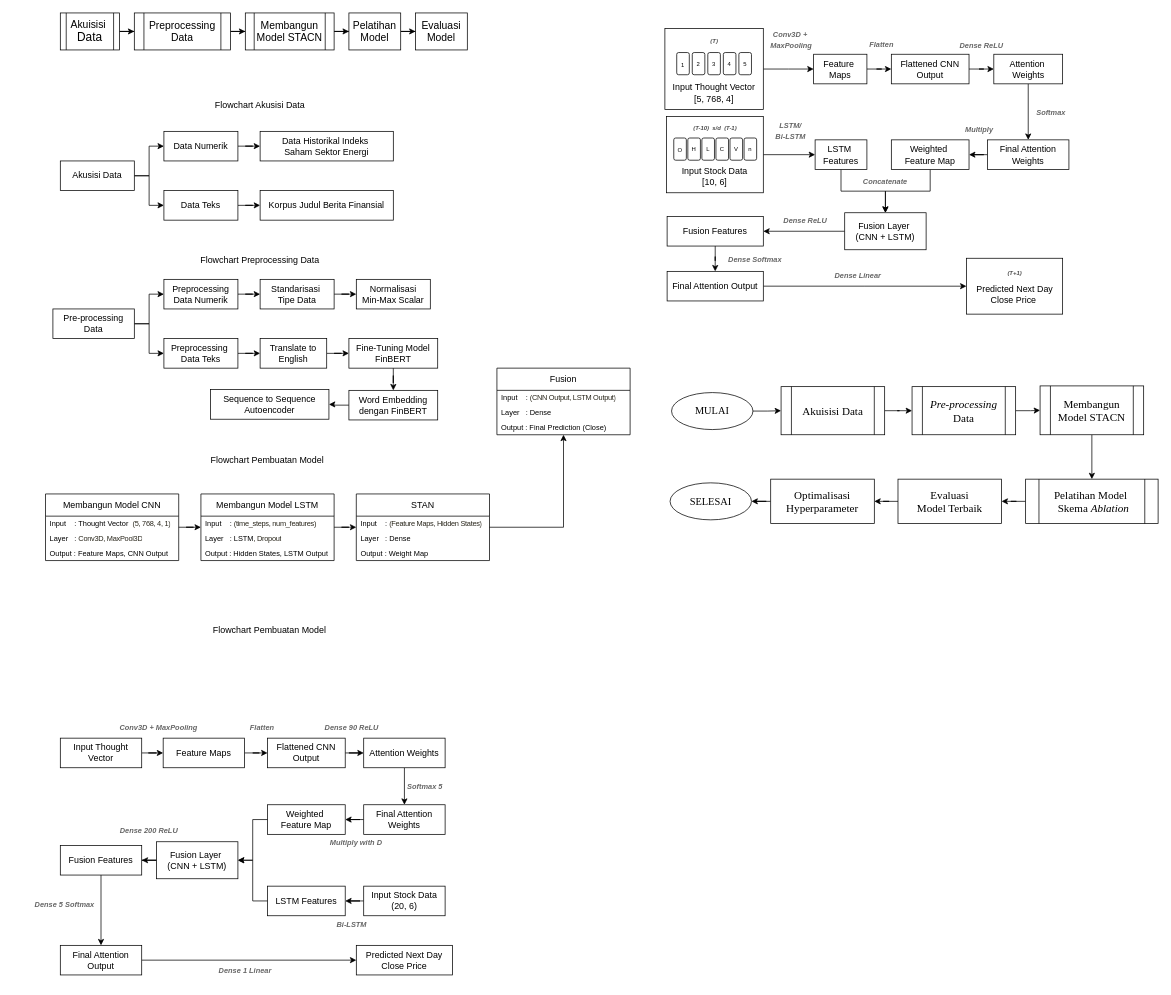
novitangrn/STACN keeps this draw.io diagram as Untitled Diagram.drawio. Above is the earlier version. Source tidied: cells renumbered, new cells numbered last; positions are measured from the earlier drawing's top-left corner, leaving out a move shared by most shapes. Both pictures are drawn from the tidied source at 74%, with x=0, y=0 at pixel (13, 13).
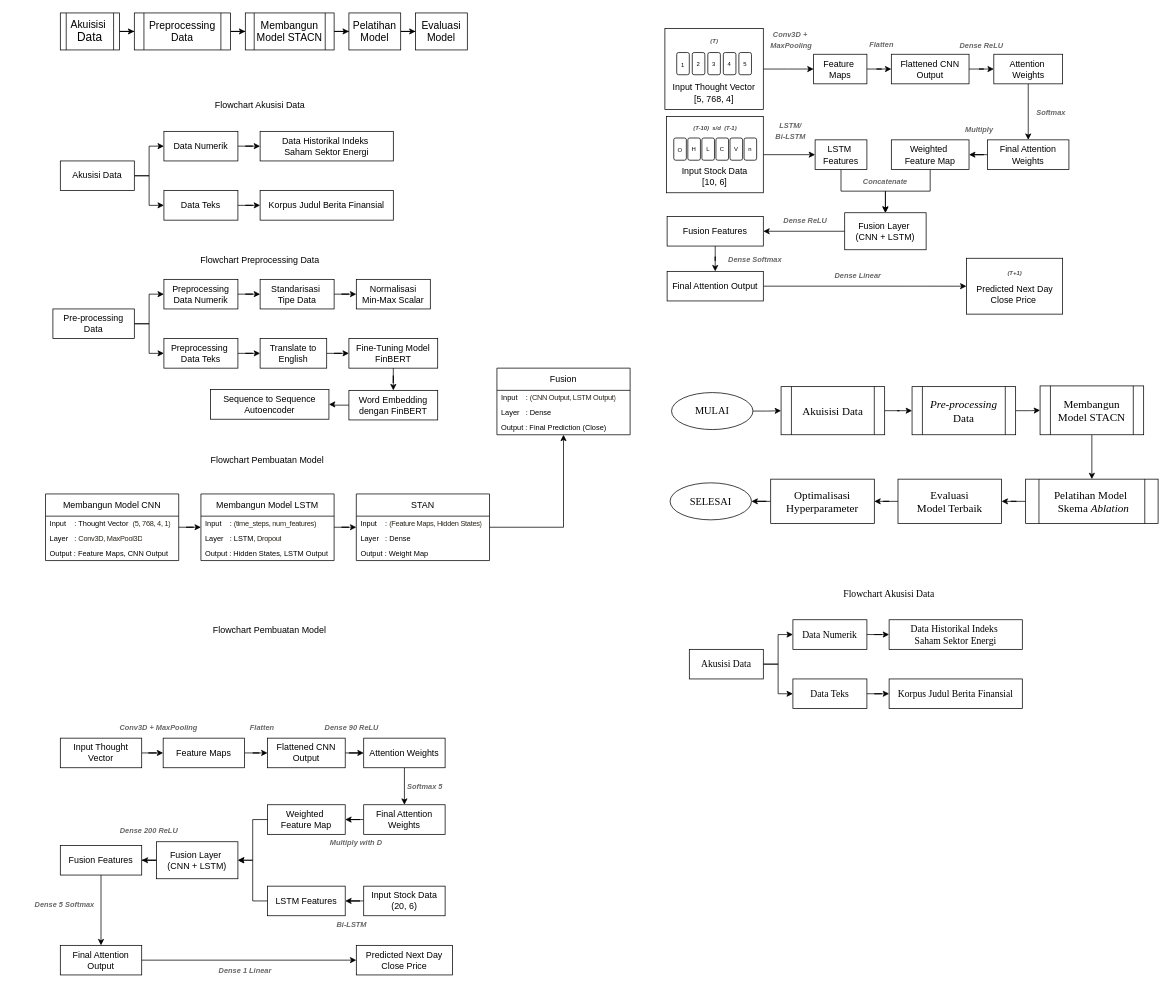
After the change.

Commit message:
akuisis data

Change to the diagram source:
```diff
@@
+    <mxCell id="157" value="Flowchart Akusisi Data" style="text;html=1;align=center;verticalAlign=middle;whiteSpace=wrap;rounded=0;fontFamily=Times New Roman;fontSize=13;" parent="1" vertex="1">
+      <mxGeometry x="1044" y="770" width="280" height="30" as="geometry" />
+    </mxCell>
+    <mxCell id="158" style="edgeStyle=orthogonalEdgeStyle;rounded=0;jettySize=auto;html=1;entryX=0;entryY=0.5;entryDx=0;entryDy=0;fontFamily=Times New Roman;fontSize=13;" parent="1" edge="1" source="160" target="162">
+      <mxGeometry relative="1" as="geometry" />
+    </mxCell>
+    <mxCell id="159" style="edgeStyle=orthogonalEdgeStyle;rounded=0;jettySize=auto;html=1;fontFamily=Times New Roman;fontSize=13;" parent="1" edge="1" source="160" target="164">
+      <mxGeometry relative="1" as="geometry" />
+    </mxCell>
+    <mxCell id="160" value="Akusisi Data" style="rounded=0;whiteSpace=wrap;html=1;fontFamily=Times New Roman;fontSize=13;" parent="1" vertex="1">
+      <mxGeometry x="914" y="860" width="100" height="40" as="geometry" />
+    </mxCell>
+    <mxCell id="161" style="edgeStyle=orthogonalEdgeStyle;rounded=0;jettySize=auto;html=1;fontFamily=Times New Roman;fontSize=13;" parent="1" edge="1" source="162" target="165">
+      <mxGeometry relative="1" as="geometry" />
+    </mxCell>
+    <mxCell id="162" value="Data Numerik" style="rounded=0;whiteSpace=wrap;html=1;fontFamily=Times New Roman;fontSize=13;" parent="1" vertex="1">
+      <mxGeometry x="1054" y="820" width="100" height="40" as="geometry" />
+    </mxCell>
+    <mxCell id="163" style="edgeStyle=orthogonalEdgeStyle;rounded=0;jettySize=auto;html=1;fontFamily=Times New Roman;fontSize=13;" parent="1" edge="1" source="164" target="166">
+      <mxGeometry relative="1" as="geometry" />
+    </mxCell>
+    <mxCell id="164" value="Data Teks" style="rounded=0;whiteSpace=wrap;html=1;fontFamily=Times New Roman;fontSize=13;" parent="1" vertex="1">
+      <mxGeometry x="1054" y="900" width="100" height="40" as="geometry" />
+    </mxCell>
+    <mxCell id="165" value="Data Historikal Indeks&amp;nbsp;&lt;div&gt;Saham Sektor Energi&lt;/div&gt;" style="rounded=0;whiteSpace=wrap;html=1;fontFamily=Times New Roman;fontSize=13;" parent="1" vertex="1">
+      <mxGeometry x="1184" y="820" width="180" height="40" as="geometry" />
+    </mxCell>
+    <mxCell id="166" value="Korpus Judul Berita Finansial" style="rounded=0;whiteSpace=wrap;html=1;fontFamily=Times New Roman;fontSize=13;" parent="1" vertex="1">
+      <mxGeometry x="1184" y="900" width="180" height="40" as="geometry" />
+    </mxCell>
```
